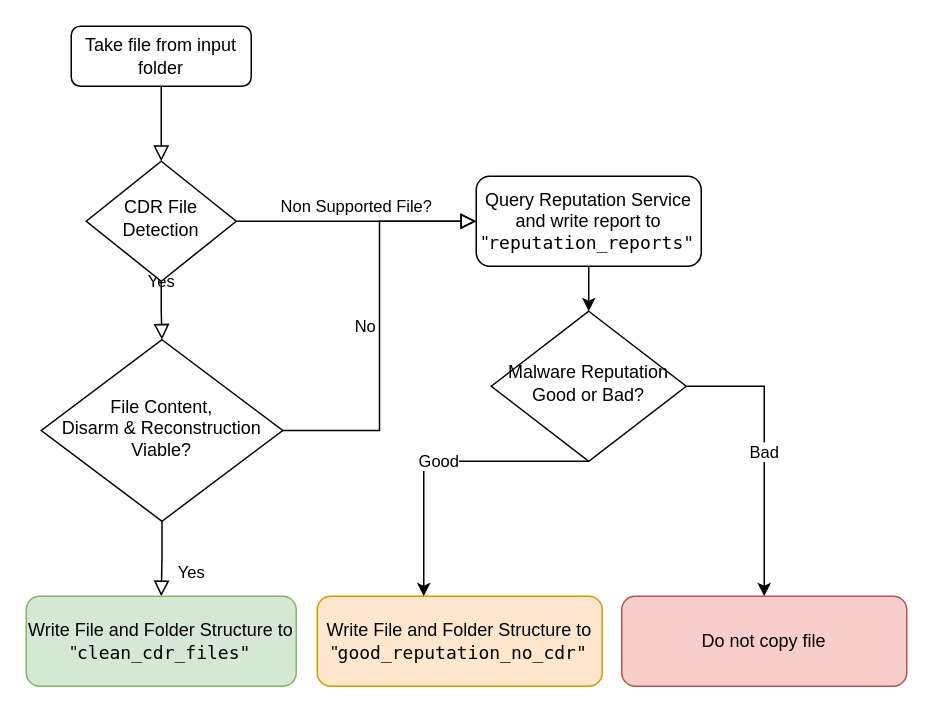
Above: images/Flowchart.drawio in gw-engineering/community-gw-cdr-and-reputation-check (draw.io), before the change. Source tidied: cells renumbered, new cells numbered last; positions are measured from the earlier drawing's top-left corner, leaving out a move shared by most shapes. Both pictures are drawn from the tidied source at 150%, with x=0, y=0 at pixel (26, 26).
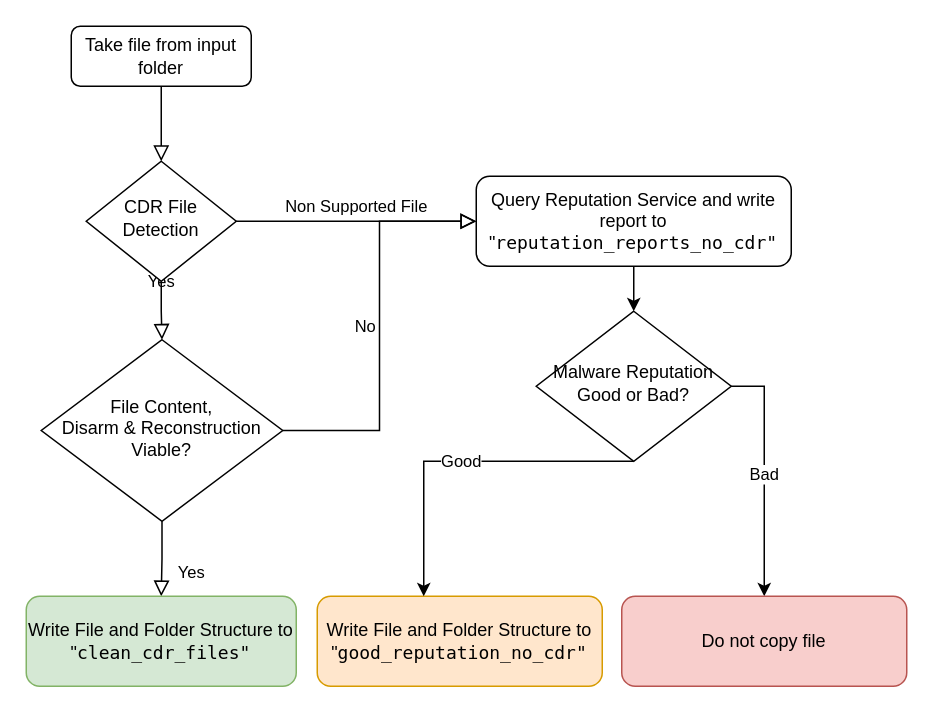
The same diagram, later.

The edit, as a diff of the source:
```diff
@@
 <mxGraphModel>
   <root>
     <mxCell id="0" />
     <mxCell id="1" parent="0" />
     <mxCell id="2" style="rounded=0;html=1;jettySize=auto;fontSize=11;endArrow=block;endFill=0;endSize=8;strokeWidth=1;shadow=0;labelBackgroundColor=none;edgeStyle=orthogonalEdgeStyle;" parent="1" edge="1" source="3" target="6">
       <mxGeometry relative="1" as="geometry" />
     </mxCell>
     <mxCell id="3" value="Take file from input folder" style="rounded=1;whiteSpace=wrap;html=1;fontSize=12;glass=0;strokeWidth=1;shadow=0;" parent="1" vertex="1">
       <mxGeometry x="30" width="120" height="40" as="geometry" />
     </mxCell>
     <mxCell id="4" value="Yes" style="rounded=0;html=1;jettySize=auto;fontSize=11;endArrow=block;endFill=0;endSize=8;strokeWidth=1;shadow=0;labelBackgroundColor=none;edgeStyle=orthogonalEdgeStyle;" parent="1" edge="1" source="6" target="9">
       <mxGeometry y="20" relative="1" as="geometry" />
     </mxCell>
-    <mxCell id="5" value="Non Supported File?" style="edgeStyle=orthogonalEdgeStyle;rounded=0;html=1;jettySize=auto;fontSize=11;endArrow=block;endFill=0;endSize=8;strokeWidth=1;shadow=0;labelBackgroundColor=none;entryX=0;entryY=0.5;entryDx=0;entryDy=0;" parent="1" edge="1" source="6" target="13">
+    <mxCell id="5" value="Non Supported File" style="edgeStyle=orthogonalEdgeStyle;rounded=0;html=1;jettySize=auto;fontSize=11;endArrow=block;endFill=0;endSize=8;strokeWidth=1;shadow=0;labelBackgroundColor=none;entryX=0;entryY=0.5;entryDx=0;entryDy=0;" parent="1" edge="1" source="6" target="13">
       <mxGeometry y="10" relative="1" as="geometry" />
     </mxCell>
     <mxCell id="6" value="CDR File Detection" style="rhombus;whiteSpace=wrap;html=1;shadow=0;fontFamily=Helvetica;fontSize=12;align=center;strokeWidth=1;spacing=6;spacingTop=-4;" parent="1" vertex="1">
       <mxGeometry x="40" y="90" width="100" height="80" as="geometry" />
     </mxCell>
     <mxCell id="7" value="Yes" style="rounded=0;html=1;jettySize=auto;fontSize=11;endArrow=block;endFill=0;endSize=8;strokeWidth=1;shadow=0;labelBackgroundColor=none;edgeStyle=orthogonalEdgeStyle;" parent="1" edge="1" source="9" target="10">
       <mxGeometry x="0.33" y="20" relative="1" as="geometry" />
     </mxCell>
     <mxCell id="8" value="No&lt;br&gt;" style="edgeStyle=orthogonalEdgeStyle;rounded=0;html=1;jettySize=auto;fontSize=11;endArrow=block;endFill=0;endSize=8;strokeWidth=1;shadow=0;labelBackgroundColor=none;entryX=0;entryY=0.5;entryDx=0;entryDy=0;" parent="1" edge="1" source="9" target="13">
       <mxGeometry y="10" relative="1" as="geometry" />
     </mxCell>
     <mxCell id="9" value="File Content, &lt;br&gt;Disarm &amp;amp; Reconstruction Viable?" style="rhombus;whiteSpace=wrap;html=1;shadow=0;fontFamily=Helvetica;fontSize=12;align=center;strokeWidth=1;spacing=6;spacingTop=-4;" parent="1" vertex="1">
       <mxGeometry x="10" y="209" width="161" height="121" as="geometry" />
     </mxCell>
     <mxCell id="10" value="Write File and Folder Structure to &quot;&lt;span style=&quot;font-family: Menlo, Monaco, &amp;quot;Courier New&amp;quot;, monospace; text-align: start;&quot;&gt;clean_cdr_files&quot;&lt;/span&gt;" style="rounded=1;whiteSpace=wrap;html=1;fontSize=12;glass=0;strokeWidth=1;shadow=0;labelBackgroundColor=none;fillColor=#d5e8d4;strokeColor=#82b366;" parent="1" vertex="1">
       <mxGeometry y="380" width="180" height="60" as="geometry" />
     </mxCell>
     <mxCell id="11" value="Write File and Folder Structure to &quot;&lt;span style=&quot;font-family: Menlo, Monaco, &amp;quot;Courier New&amp;quot;, monospace; text-align: start;&quot;&gt;good_reputation_no_cdr&lt;/span&gt;&lt;span style=&quot;font-family: Menlo, Monaco, &amp;quot;Courier New&amp;quot;, monospace; text-align: start;&quot;&gt;&quot;&lt;/span&gt;" style="rounded=1;whiteSpace=wrap;html=1;fontSize=12;glass=0;strokeWidth=1;shadow=0;labelBackgroundColor=none;fillColor=#ffe6cc;strokeColor=#d79b00;" parent="1" vertex="1">
       <mxGeometry x="194" y="380" width="190" height="60" as="geometry" />
     </mxCell>
     <mxCell id="12" style="edgeStyle=orthogonalEdgeStyle;rounded=0;jettySize=auto;html=1;exitX=0.5;exitY=1;exitDx=0;exitDy=0;fontColor=#000000;" parent="1" edge="1" source="13" target="16">
       <mxGeometry relative="1" as="geometry" />
     </mxCell>
-    <mxCell id="13" value="Query Reputation Service and write report to &quot;&lt;span style=&quot;font-family: Menlo, Monaco, &amp;quot;Courier New&amp;quot;, monospace; text-align: start;&quot;&gt;reputation_reports&quot;&lt;br&gt;&lt;/span&gt;" style="rounded=1;whiteSpace=wrap;html=1;fontSize=12;glass=0;strokeWidth=1;shadow=0;fontColor=#000000;labelBackgroundColor=default;strokeColor=#000000;" parent="1" vertex="1">
-      <mxGeometry x="300" y="100" width="150" height="60" as="geometry" />
+    <mxCell id="13" value="Query Reputation Service and write report to &quot;&lt;span style=&quot;font-family: Menlo, Monaco, &amp;quot;Courier New&amp;quot;, monospace; text-align: start;&quot;&gt;reputation_reports_no_cdr&lt;/span&gt;&lt;span style=&quot;font-family: Menlo, Monaco, &amp;quot;Courier New&amp;quot;, monospace; text-align: start;&quot;&gt;&quot;&lt;/span&gt;" style="rounded=1;whiteSpace=wrap;html=1;fontSize=12;glass=0;strokeWidth=1;shadow=0;fontColor=#000000;labelBackgroundColor=default;strokeColor=#000000;" parent="1" vertex="1">
+      <mxGeometry x="300" y="100" width="210" height="60" as="geometry" />
     </mxCell>
     <mxCell id="14" value="Good" style="edgeStyle=orthogonalEdgeStyle;rounded=0;jettySize=auto;html=1;exitX=0.5;exitY=1;exitDx=0;exitDy=0;fontColor=#000000;" parent="1" edge="1" source="16" target="11">
       <mxGeometry relative="1" as="geometry">
         <Array as="points">
           <mxPoint x="265" y="290" />
         </Array>
       </mxGeometry>
     </mxCell>
     <mxCell id="15" value="Bad" style="edgeStyle=orthogonalEdgeStyle;rounded=0;jettySize=auto;html=1;exitX=1;exitY=0.5;exitDx=0;exitDy=0;fontColor=#000000;" parent="1" edge="1" source="16" target="17">
       <mxGeometry relative="1" as="geometry" />
     </mxCell>
     <mxCell id="16" value="Malware Reputation Good or Bad?" style="rhombus;whiteSpace=wrap;html=1;shadow=0;fontFamily=Helvetica;fontSize=12;align=center;strokeWidth=1;spacing=6;spacingTop=-4;" parent="1" vertex="1">
-      <mxGeometry x="310" y="190" width="130" height="100" as="geometry" />
+      <mxGeometry x="340" y="190" width="130" height="100" as="geometry" />
     </mxCell>
     <mxCell id="17" value="Do not copy file" style="rounded=1;whiteSpace=wrap;html=1;fontSize=12;glass=0;strokeWidth=1;shadow=0;labelBackgroundColor=none;fillColor=#f8cecc;strokeColor=#b85450;" parent="1" vertex="1">
       <mxGeometry x="397" y="380" width="190" height="60" as="geometry" />
     </mxCell>
   </root>
 </mxGraphModel>
```
